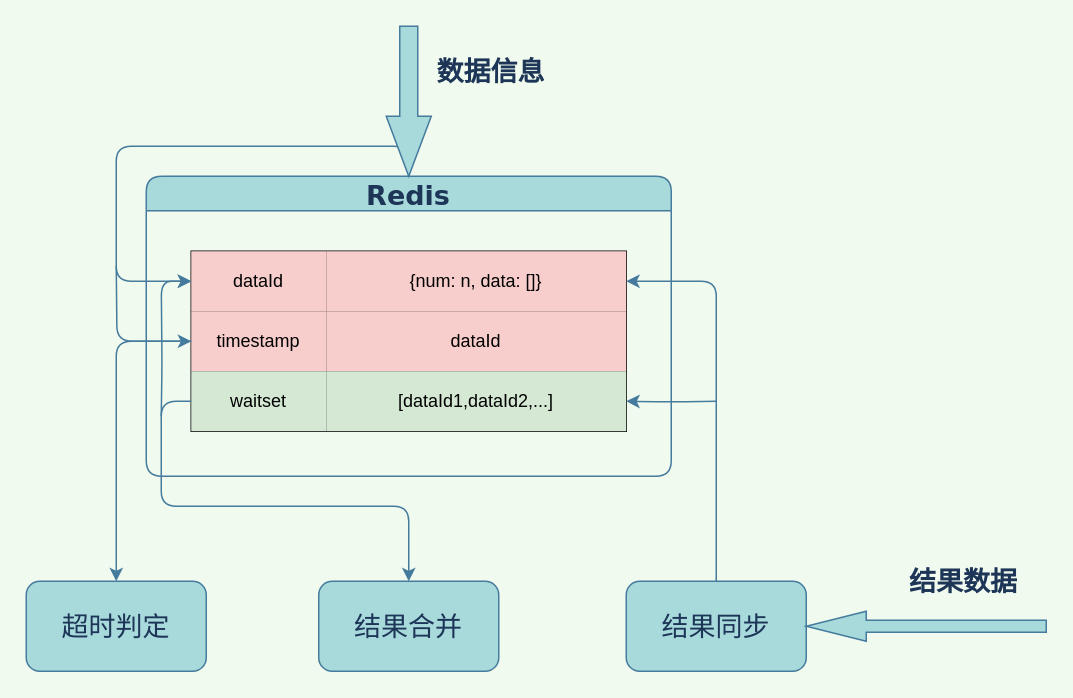
The draw.io diagram engine_system/result_merge.drawio in xwzj01ht/diagrams, before the edit. Source tidied: cells renumbered, new cells numbered last; positions are measured from the earlier drawing's top-left corner, leaving out a move shared by most shapes. Both pictures are drawn from the tidied source at 150%, with x=0, y=0 at pixel (26, 26).
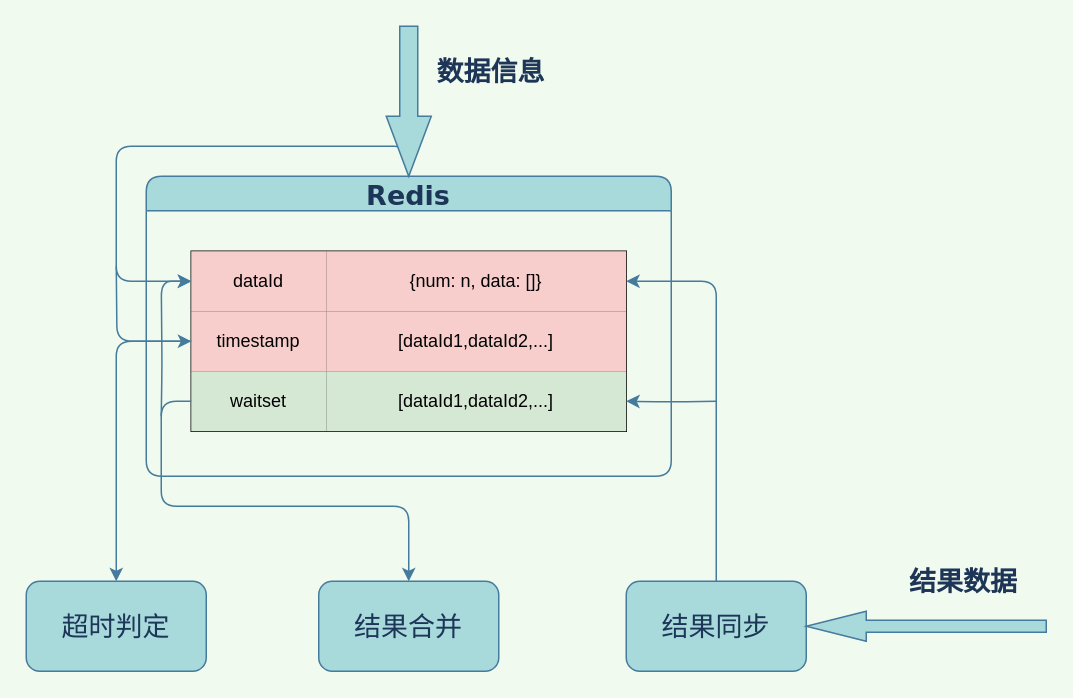
The same page after the edit.

Unchanged cells that the change refers to:
```xml
<mxCell id="7" style="shape=partialRectangle;html=1;whiteSpace=wrap;fillColor=none;top=0;left=0;bottom=0;right=0;points=[[0,0.5],[1,0.5]];portConstraint=eastwest;" parent="3" vertex="1">
  <mxGeometry y="40" width="290" height="40" as="geometry" />
</mxCell>
```

What changed in the source:
```diff
@@
-    <mxCell id="9" value="dataId" style="shape=partialRectangle;html=1;whiteSpace=wrap;overflow=hidden;fillColor=#f8cecc;top=0;left=0;bottom=0;right=0;strokeColor=#b85450;" parent="7" vertex="1">
+    <mxCell id="9" value="[dataId1,dataId2,...]" style="shape=partialRectangle;html=1;whiteSpace=wrap;overflow=hidden;fillColor=#f8cecc;top=0;left=0;bottom=0;right=0;strokeColor=#b85450;" parent="7" vertex="1">
       <mxGeometry x="90" width="200" height="40" as="geometry" />
     </mxCell>
```
